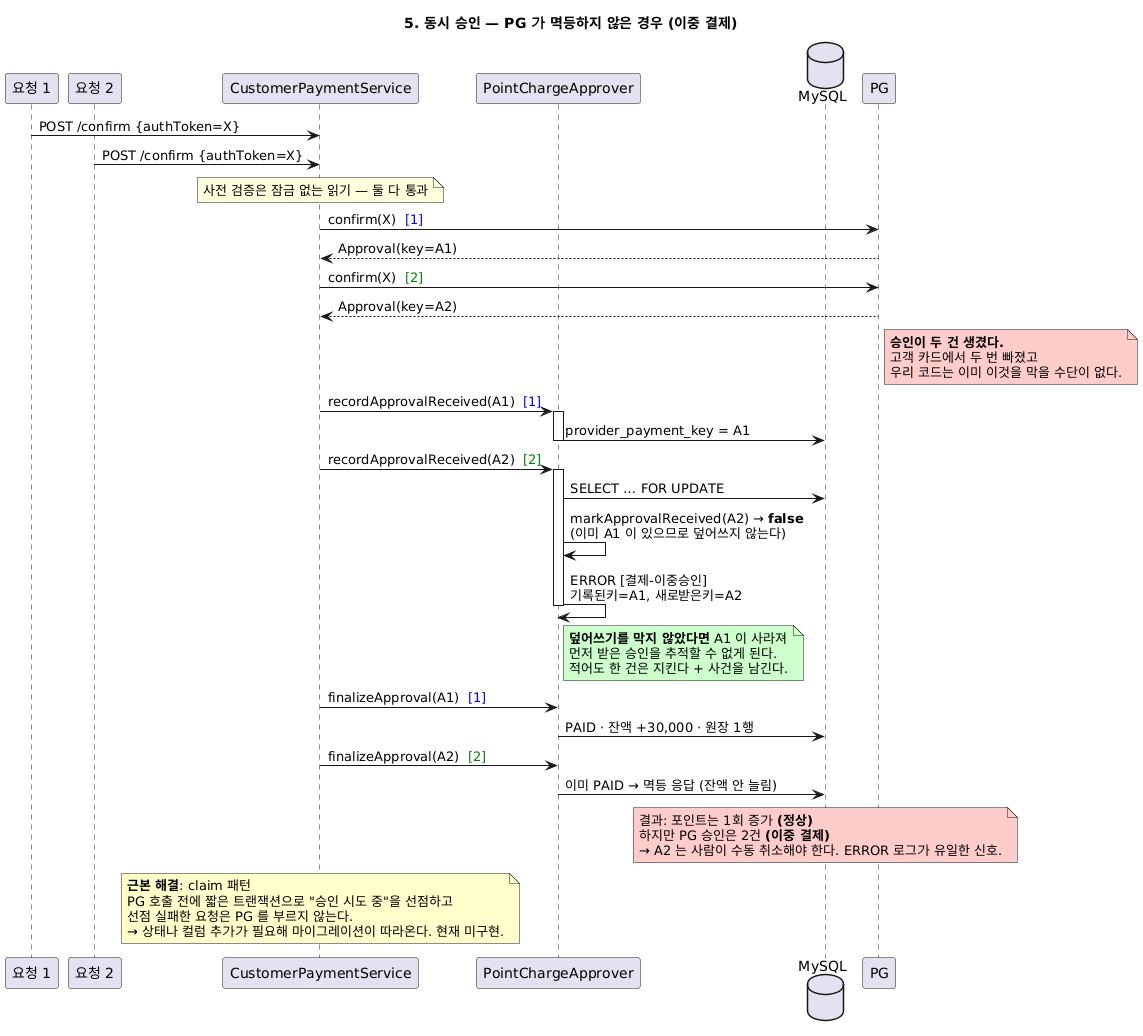
Above: docs/결제승인_관련_다이어그램/05-동시승인-PG비멱등.png in softeerbootcamp-8th/WEB-Team7-Turkey (PlantUML), before the change.
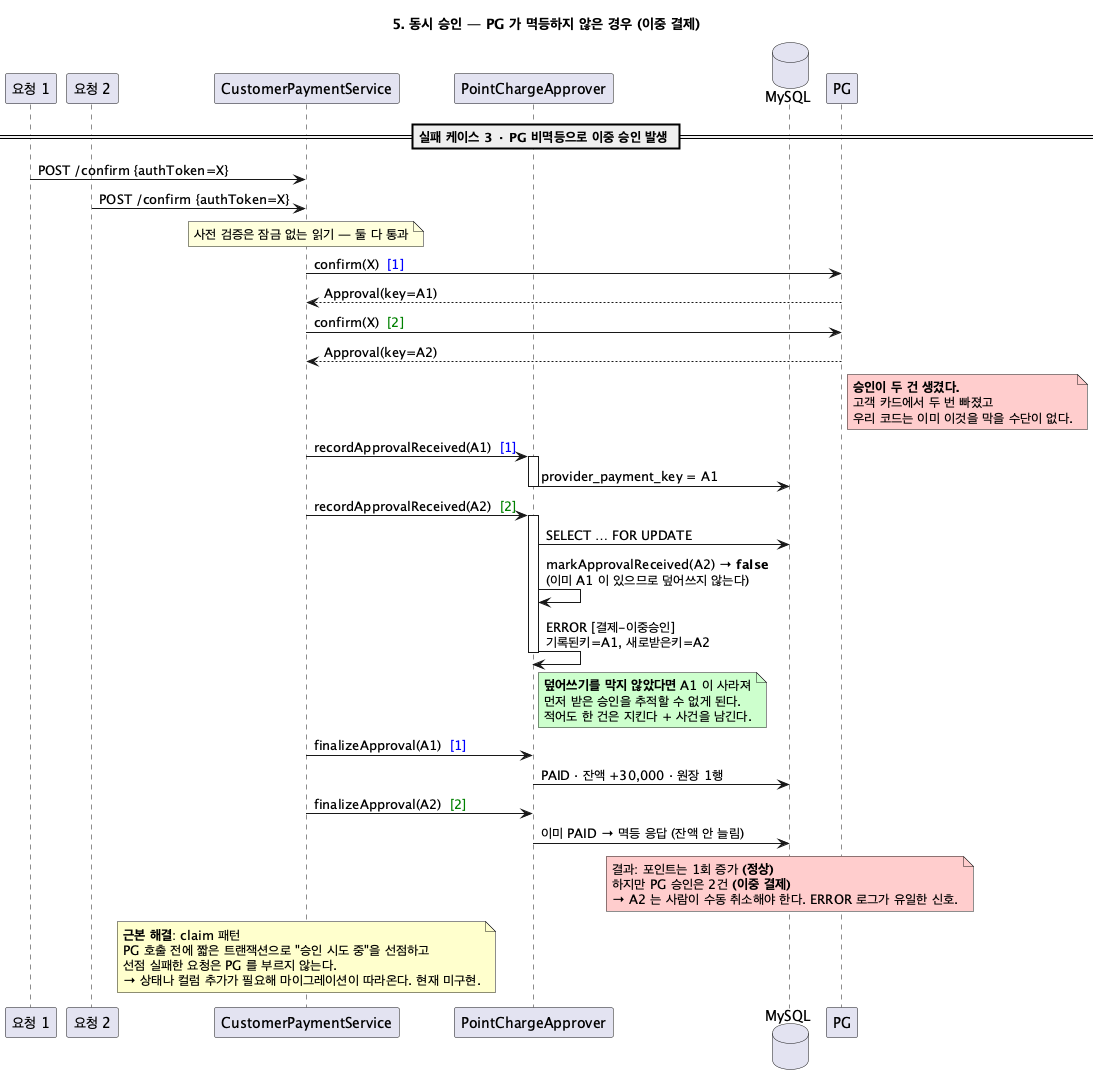
Above is the later version.

Change to the diagram source:
```diff
@@ -8,6 +8,7 @@
 database "MySQL" as DB
 participant "PG" as PG
 
+== 실패 케이스 3 · PG 비멱등으로 이중 승인 발생 ==
 T1 -> S: POST /confirm {authToken=X}
 T2 -> S: POST /confirm {authToken=X}
 note over S: 사전 검증은 잠금 없는 읽기 — 둘 다 통과
```
